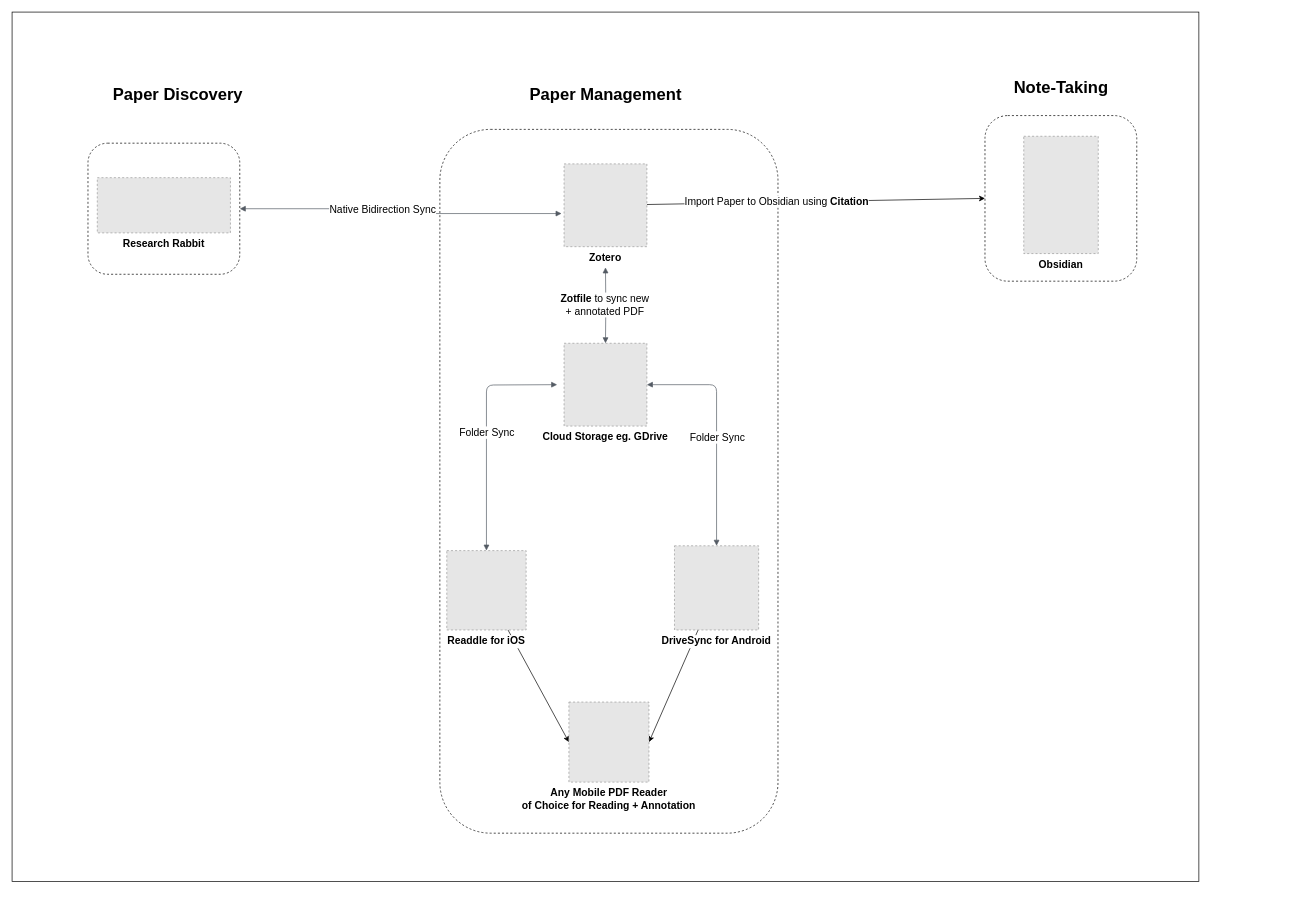
davzoku/personal-website-v1 keeps this draw.io diagram as content/notes/paperwise/paperwise.drawio. Above is the earlier version. Source tidied: cells renumbered, new cells numbered last; positions are measured from the earlier drawing's top-left corner, leaving out a move shared by most shapes. Both pictures are drawn from the tidied source at 69%, with x=0, y=0 at pixel (12, 12). Pictures stored in the file or linked from it are replaced by grey dashed boxes.
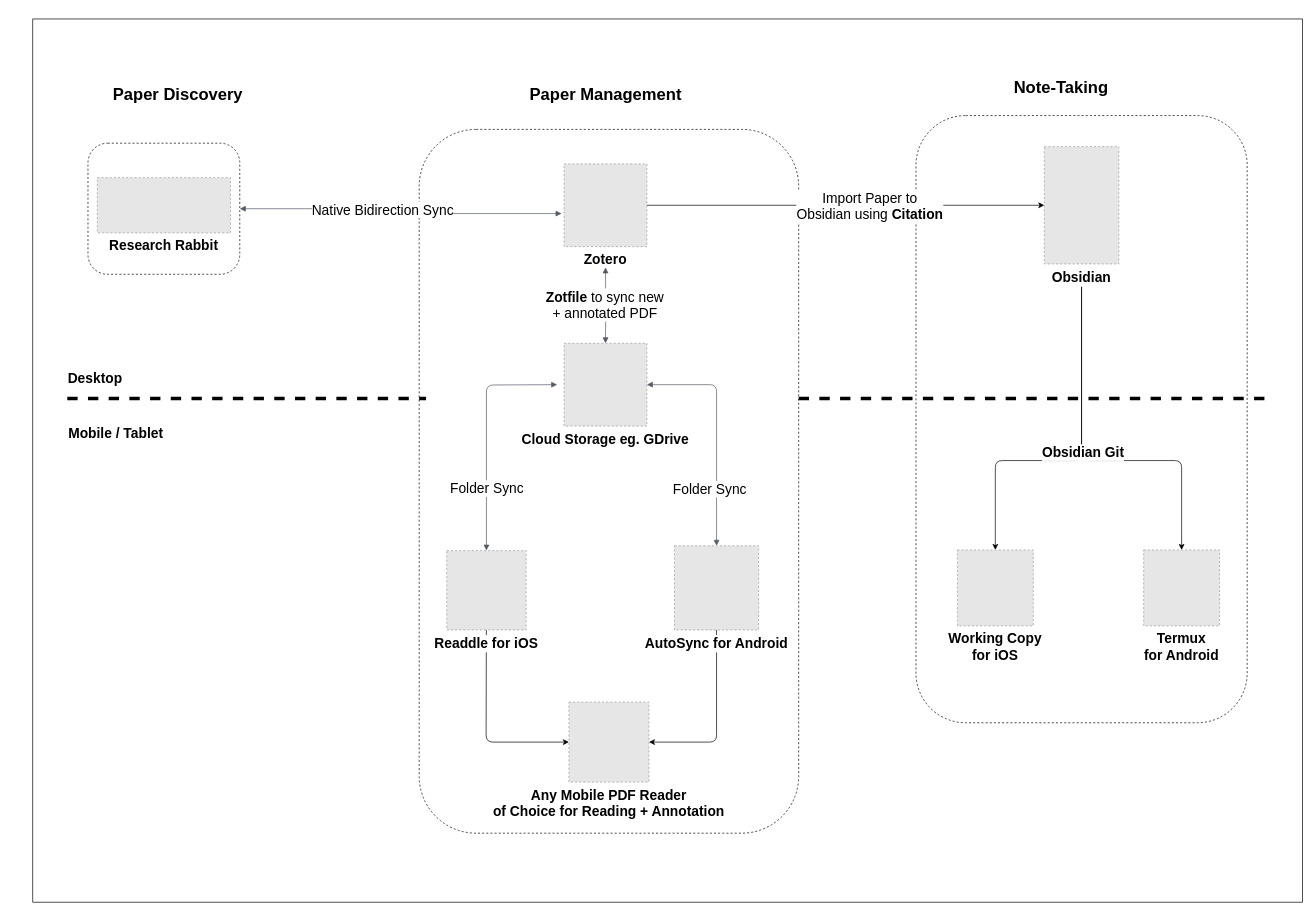
After the change.

Commit message (it also covers changes not shown here):
paperwise: elaborate git setup

Diff of the diagram source:
```diff
@@
     <mxCell id="2" style="rounded=0;whiteSpace=wrap;html=1;" parent="1" vertex="1">
-      <mxGeometry width="1720" height="1260" as="geometry" />
+      <mxGeometry x="30" y="10" width="1840" height="1280" as="geometry" />
     </mxCell>
     <mxCell id="3" style="rounded=1;whiteSpace=wrap;html=1;dashed=1;" parent="1" vertex="1">
-      <mxGeometry x="1410" y="150" width="220" height="240" as="geometry" />
+      <mxGeometry x="1310" y="150" width="480" height="880" as="geometry" />
     </mxCell>
-    <mxCell id="4" style="rounded=1;whiteSpace=wrap;html=1;dashed=1;" parent="1" vertex="1">
-      <mxGeometry x="620" y="170" width="490" height="1020" as="geometry" />
+    <mxCell id="4" style="rounded=1;whiteSpace=wrap;html=1;dashed=1;fontSize=15;" parent="1" vertex="1">
+      <mxGeometry x="590" y="170" width="550" height="1020" as="geometry" />
     </mxCell>
-    <mxCell id="5" style="rounded=1;whiteSpace=wrap;html=1;dashed=1;" parent="1" vertex="1">
+    <mxCell id="5" style="rounded=1;whiteSpace=wrap;html=1;dashed=1;fontSize=20;" parent="1" vertex="1">
       <mxGeometry x="110" y="190" width="220" height="190" as="geometry" />
     </mxCell>
-    <mxCell id="6" style="edgeStyle=none;html=1;entryX=0;entryY=0.5;entryDx=0;entryDy=0;rounded=1;" parent="1" edge="1" source="8" target="3">
+    <mxCell id="6" style="edgeStyle=none;html=1;rounded=1;fontSize=20;" parent="1" edge="1" source="8" target="20">
       <mxGeometry relative="1" as="geometry" />
     </mxCell>
-    <mxCell id="7" value="&lt;font style=&quot;font-size: 15px;&quot;&gt;Import Paper to Obsidian using &lt;b&gt;Citation&lt;/b&gt;&lt;/font&gt;" style="edgeLabel;html=1;align=center;verticalAlign=middle;rounded=1;" parent="6" vertex="1">
+    <mxCell id="7" value="&lt;font style=&quot;font-size: 20px;&quot;&gt;Import Paper to &lt;br&gt;Obsidian&amp;nbsp;using &lt;b style=&quot;font-size: 20px;&quot;&gt;Citation&lt;/b&gt;&lt;/font&gt;" style="edgeLabel;html=1;align=center;verticalAlign=middle;rounded=1;fontSize=20;" parent="6" vertex="1">
       <mxGeometry x="-0.23" y="2" relative="1" as="geometry">
-        <mxPoint x="-1" as="offset" />
+        <mxPoint x="100" y="2" as="offset" />
       </mxGeometry>
     </mxCell>
-    <mxCell id="8" value="Zotero" style="fillColor=#E6E6E6;strokeColor=#999999;dashed=1;verticalLabelPosition=bottom;labelBackgroundColor=default;verticalAlign=top;fontStyle=1;fontSize=15;" parent="1" vertex="1">
+    <mxCell id="8" value="Zotero" style="fillColor=#E6E6E6;strokeColor=#999999;dashed=1;verticalLabelPosition=bottom;labelBackgroundColor=default;verticalAlign=top;fontStyle=1;fontSize=20;" parent="1" vertex="1">
       <mxGeometry x="800" y="220" width="120" height="120" as="geometry" />
     </mxCell>
-    <mxCell id="9" value="Cloud Storage eg. GDrive" style="fillColor=#E6E6E6;strokeColor=#999999;dashed=1;verticalLabelPosition=bottom;labelBackgroundColor=default;verticalAlign=top;fontStyle=1;fontSize=15;" parent="1" vertex="1">
+    <mxCell id="9" value="Cloud Storage eg. GDrive" style="fillColor=#E6E6E6;strokeColor=#999999;dashed=1;verticalLabelPosition=bottom;labelBackgroundColor=default;verticalAlign=top;fontStyle=1;fontSize=20;" parent="1" vertex="1">
       <mxGeometry x="800" y="480" width="120" height="120" as="geometry" />
     </mxCell>
-    <mxCell id="10" style="edgeStyle=orthogonalEdgeStyle;html=1;endArrow=block;elbow=vertical;startArrow=block;startFill=1;endFill=1;strokeColor=#545B64;rounded=1;entryX=0.5;entryY=0;entryDx=0;entryDy=0;" parent="1" edge="1" target="9">
+    <mxCell id="10" style="edgeStyle=orthogonalEdgeStyle;html=1;endArrow=block;elbow=vertical;startArrow=block;startFill=1;endFill=1;strokeColor=#545B64;rounded=1;entryX=0.5;entryY=0;entryDx=0;entryDy=0;fontSize=20;" parent="1" edge="1" target="9">
       <mxGeometry relative="1" as="geometry">
         <mxPoint x="860" y="370" as="sourcePoint" />
       </mxGeometry>
     </mxCell>
-    <mxCell id="11" value="&lt;font style=&quot;font-size: 15px;&quot;&gt;&lt;b&gt;Zotfile&lt;/b&gt; to sync new &lt;br&gt;+ annotated PDF&lt;/font&gt;" style="edgeLabel;html=1;align=center;verticalAlign=middle;rounded=1;" parent="10" vertex="1">
+    <mxCell id="11" value="&lt;font style=&quot;font-size: 20px;&quot;&gt;&lt;b style=&quot;font-size: 20px;&quot;&gt;Zotfile&lt;/b&gt; to sync new &lt;br style=&quot;font-size: 20px;&quot;&gt;+ annotated PDF&lt;/font&gt;" style="edgeLabel;html=1;align=center;verticalAlign=middle;rounded=1;fontSize=20;" parent="10" vertex="1">
       <mxGeometry x="-0.05" y="-2" relative="1" as="geometry">
         <mxPoint y="1" as="offset" />
       </mxGeometry>
     </mxCell>
-    <mxCell id="12" style="edgeStyle=none;html=1;entryX=1;entryY=0.5;entryDx=0;entryDy=0;fontSize=15;rounded=1;" parent="1" edge="1" source="13" target="19">
-      <mxGeometry relative="1" as="geometry" />
+    <mxCell id="12" style="edgeStyle=none;html=1;entryX=1;entryY=0.5;entryDx=0;entryDy=0;fontSize=20;rounded=1;" parent="1" edge="1" source="13" target="19">
+      <mxGeometry relative="1" as="geometry">
+        <Array as="points">
+          <mxPoint x="1021" y="1058" />
+        </Array>
+      </mxGeometry>
     </mxCell>
-    <mxCell id="13" value="DriveSync for Android" style="fillColor=#E6E6E6;strokeColor=#999999;dashed=1;verticalLabelPosition=bottom;labelBackgroundColor=default;verticalAlign=top;fontStyle=1;fontSize=15;" parent="1" vertex="1">
+    <mxCell id="13" value="AutoSync for Android" style="fillColor=#E6E6E6;strokeColor=#999999;dashed=1;verticalLabelPosition=bottom;labelBackgroundColor=default;verticalAlign=top;fontStyle=1;fontSize=20;" parent="1" vertex="1">
       <mxGeometry x="960" y="773.5" width="122" height="122" as="geometry" />
     </mxCell>
-    <mxCell id="14" style="edgeStyle=none;html=1;entryX=0;entryY=0.5;entryDx=0;entryDy=0;fontSize=15;rounded=1;" parent="1" edge="1" source="15" target="19">
-      <mxGeometry relative="1" as="geometry" />
+    <mxCell id="14" style="edgeStyle=none;html=1;entryX=0;entryY=0.5;entryDx=0;entryDy=0;fontSize=20;rounded=1;" parent="1" edge="1" source="15" target="19">
+      <mxGeometry relative="1" as="geometry">
+        <Array as="points">
+          <mxPoint x="687" y="1058" />
+        </Array>
+      </mxGeometry>
     </mxCell>
-    <mxCell id="15" value="Readdle for iOS" style="fillColor=#E6E6E6;strokeColor=#999999;dashed=1;verticalLabelPosition=bottom;labelBackgroundColor=default;verticalAlign=top;fontStyle=1;fontSize=15;" parent="1" vertex="1">
+    <mxCell id="15" value="Readdle for iOS" style="fillColor=#E6E6E6;strokeColor=#999999;dashed=1;verticalLabelPosition=bottom;labelBackgroundColor=default;verticalAlign=top;fontStyle=1;fontSize=20;" parent="1" vertex="1">
       <mxGeometry x="630" y="780.5" width="115" height="115" as="geometry" />
     </mxCell>
-    <mxCell id="16" value="Folder Sync" style="edgeStyle=orthogonalEdgeStyle;html=1;endArrow=block;elbow=vertical;startArrow=block;startFill=1;endFill=1;strokeColor=#545B64;rounded=1;entryX=0.5;entryY=0;entryDx=0;entryDy=0;fontSize=15;" parent="1" edge="1" target="15">
-      <mxGeometry relative="1" as="geometry">
+    <mxCell id="16" value="Folder Sync" style="edgeStyle=orthogonalEdgeStyle;html=1;endArrow=block;elbow=vertical;startArrow=block;startFill=1;endFill=1;strokeColor=#545B64;rounded=1;entryX=0.5;entryY=0;entryDx=0;entryDy=0;fontSize=20;" parent="1" edge="1" target="15">
+      <mxGeometry x="0.47" relative="1" as="geometry">
         <mxPoint x="790" y="540" as="sourcePoint" />
       </mxGeometry>
     </mxCell>
-    <mxCell id="17" style="edgeStyle=orthogonalEdgeStyle;html=1;endArrow=block;elbow=vertical;startArrow=block;startFill=1;endFill=1;strokeColor=#545B64;rounded=1;exitX=1;exitY=0.5;exitDx=0;exitDy=0;fontSize=15;" parent="1" edge="1" source="9" target="13">
+    <mxCell id="17" style="edgeStyle=orthogonalEdgeStyle;html=1;endArrow=block;elbow=vertical;startArrow=block;startFill=1;endFill=1;strokeColor=#545B64;rounded=1;exitX=1;exitY=0.5;exitDx=0;exitDy=0;fontSize=20;" parent="1" edge="1" source="9" target="13">
       <mxGeometry relative="1" as="geometry" />
     </mxCell>
-    <mxCell id="18" value="Folder Sync" style="edgeLabel;html=1;align=center;verticalAlign=middle;fontSize=15;rounded=1;" parent="17" vertex="1">
-      <mxGeometry x="0.05" relative="1" as="geometry" />
+    <mxCell id="18" value="Folder Sync" style="edgeLabel;html=1;align=center;verticalAlign=middle;fontSize=20;rounded=1;" parent="17" vertex="1">
+      <mxGeometry x="0.05" relative="1" as="geometry">
+        <mxPoint x="-11" y="75" as="offset" />
+      </mxGeometry>
     </mxCell>
-    <mxCell id="19" value="Any Mobile PDF Reader &#10;of Choice for Reading + Annotation" style="fillColor=#E6E6E6;strokeColor=#999999;dashed=1;verticalLabelPosition=bottom;labelBackgroundColor=default;verticalAlign=top;fontStyle=1;fontSize=15;" parent="1" vertex="1">
+    <mxCell id="19" value="Any Mobile PDF Reader &#10;of Choice for Reading + Annotation" style="fillColor=#E6E6E6;strokeColor=#999999;dashed=1;verticalLabelPosition=bottom;labelBackgroundColor=default;verticalAlign=top;fontStyle=1;fontSize=20;" parent="1" vertex="1">
       <mxGeometry x="807" y="1000" width="116" height="116" as="geometry" />
     </mxCell>
+    <mxCell id="27" style="edgeStyle=none;html=1;entryX=0.455;entryY=0.186;entryDx=0;entryDy=0;entryPerimeter=0;dashed=1;strokeWidth=1;fontSize=20;strokeColor=none;" parent="1" edge="1" source="20" target="35">
+      <mxGeometry relative="1" as="geometry" />
+    </mxCell>
+    <mxCell id="28" style="edgeStyle=none;rounded=1;html=1;strokeWidth=1;fontSize=20;entryX=0.5;entryY=0;entryDx=0;entryDy=0;" parent="1" edge="1" target="35">
+      <mxGeometry relative="1" as="geometry">
+        <mxPoint x="1550" y="390" as="sourcePoint" />
+        <Array as="points">
+          <mxPoint x="1550" y="650" />
+          <mxPoint x="1425" y="650" />
+        </Array>
+      </mxGeometry>
+    </mxCell>
+    <mxCell id="29" style="edgeStyle=none;rounded=1;html=1;entryX=0.5;entryY=0;entryDx=0;entryDy=0;strokeWidth=1;fontSize=20;" parent="1" edge="1" target="36">
+      <mxGeometry relative="1" as="geometry">
+        <mxPoint x="1550" y="390" as="sourcePoint" />
+        <Array as="points">
+          <mxPoint x="1550" y="650" />
+          <mxPoint x="1695" y="650" />
+        </Array>
+      </mxGeometry>
+    </mxCell>
+    <mxCell id="30" value="&lt;b&gt;Obsidian Git&lt;/b&gt;" style="edgeLabel;html=1;align=center;verticalAlign=middle;fontSize=20;" parent="29" vertex="1">
+      <mxGeometry x="-0.08" y="1" relative="1" as="geometry">
+        <mxPoint y="1" as="offset" />
+      </mxGeometry>
+    </mxCell>
-    <mxCell id="20" value="Obsidian" style="fillColor=#E6E6E6;strokeColor=#999999;dashed=1;verticalLabelPosition=bottom;labelBackgroundColor=default;verticalAlign=top;fontStyle=1;fontSize=15;" parent="1" vertex="1">
-      <mxGeometry x="1466.2" y="180" width="108" height="170" as="geometry" />
+    <mxCell id="20" value="Obsidian" style="fillColor=#E6E6E6;strokeColor=#999999;dashed=1;verticalLabelPosition=bottom;labelBackgroundColor=default;verticalAlign=top;fontStyle=1;fontSize=20;" parent="1" vertex="1">
+      <mxGeometry x="1496" y="195" width="108" height="170" as="geometry" />
     </mxCell>
-    <mxCell id="21" value="Research Rabbit" style="fillColor=#E6E6E6;strokeColor=#999999;dashed=1;verticalLabelPosition=bottom;labelBackgroundColor=default;verticalAlign=top;fontStyle=1;fontSize=15;" parent="1" vertex="1">
+    <mxCell id="21" value="Research Rabbit" style="fillColor=#E6E6E6;strokeColor=#999999;dashed=1;verticalLabelPosition=bottom;labelBackgroundColor=default;verticalAlign=top;fontStyle=1;fontSize=20;" parent="1" vertex="1">
       <mxGeometry x="123.5" y="240" width="193" height="80" as="geometry" />
     </mxCell>
-    <mxCell id="22" style="edgeStyle=orthogonalEdgeStyle;html=1;endArrow=block;elbow=vertical;startArrow=block;startFill=1;endFill=1;strokeColor=#545B64;rounded=1;exitX=1;exitY=0.5;exitDx=0;exitDy=0;entryX=-0.03;entryY=0.6;entryDx=0;entryDy=0;entryPerimeter=0;" parent="1" edge="1" source="5" target="8">
+    <mxCell id="22" style="edgeStyle=orthogonalEdgeStyle;html=1;endArrow=block;elbow=vertical;startArrow=block;startFill=1;endFill=1;strokeColor=#545B64;rounded=1;exitX=1;exitY=0.5;exitDx=0;exitDy=0;entryX=-0.03;entryY=0.6;entryDx=0;entryDy=0;entryPerimeter=0;fontSize=20;" parent="1" edge="1" source="5" target="8">
       <mxGeometry relative="1" as="geometry" />
     </mxCell>
-    <mxCell id="23" value="&lt;font style=&quot;font-size: 15px;&quot;&gt;Native Bidirection Sync&lt;/font&gt;" style="edgeLabel;html=1;align=center;verticalAlign=middle;rounded=1;" parent="22" vertex="1">
+    <mxCell id="23" value="&lt;font style=&quot;font-size: 20px;&quot;&gt;Native Bidirection Sync&lt;/font&gt;" style="edgeLabel;html=1;align=center;verticalAlign=middle;rounded=1;fontSize=20;" parent="22" vertex="1">
       <mxGeometry x="-0.02" y="-3" relative="1" as="geometry">
         <mxPoint x="-26" y="-3" as="offset" />
       </mxGeometry>
     </mxCell>
@@
+    <mxCell id="31" style="endArrow=none;html=1;dashed=1;fontSize=20;strokeWidth=5;" parent="1" edge="1">
+      <mxGeometry relative="1" as="geometry">
+        <mxPoint x="80" y="560" as="sourcePoint" />
+        <mxPoint x="600" y="560" as="targetPoint" />
+      </mxGeometry>
+    </mxCell>
+    <mxCell id="32" style="endArrow=none;html=1;dashed=1;fontSize=20;strokeWidth=5;" parent="1" edge="1">
+      <mxGeometry relative="1" as="geometry">
+        <mxPoint x="1140" y="560" as="sourcePoint" />
+        <mxPoint x="1830" y="560" as="targetPoint" />
+      </mxGeometry>
+    </mxCell>
+    <mxCell id="33" value="&lt;font style=&quot;font-size: 20px;&quot;&gt;&lt;b&gt;Desktop&lt;/b&gt;&lt;/font&gt;" style="text;html=1;align=center;verticalAlign=middle;strokeColor=none;fillColor=none;fontSize=20;" parent="1" vertex="1">
+      <mxGeometry x="70" y="510" width="100" height="40" as="geometry" />
+    </mxCell>
+    <mxCell id="34" value="&lt;font style=&quot;font-size: 20px;&quot;&gt;&lt;b&gt;Mobile / Tablet&lt;/b&gt;&lt;/font&gt;" style="text;html=1;align=center;verticalAlign=middle;strokeColor=none;fillColor=none;fontSize=20;" parent="1" vertex="1">
+      <mxGeometry x="70" y="590" width="160" height="40" as="geometry" />
+    </mxCell>
+    <mxCell id="35" value="Working Copy&#10;for iOS" style="fillColor=#E6E6E6;strokeColor=#999999;dashed=1;verticalLabelPosition=bottom;labelBackgroundColor=default;verticalAlign=top;fontStyle=1;fontSize=20;" parent="1" vertex="1">
+      <mxGeometry x="1370" y="779.5" width="110" height="110" as="geometry" />
+    </mxCell>
+    <mxCell id="36" value="Termux &#10;for Android" style="fillColor=#E6E6E6;strokeColor=#999999;dashed=1;verticalLabelPosition=bottom;labelBackgroundColor=default;verticalAlign=top;fontStyle=1;fontSize=20;" parent="1" vertex="1">
+      <mxGeometry x="1640" y="779.5" width="110" height="110" as="geometry" />
+    </mxCell>
```
